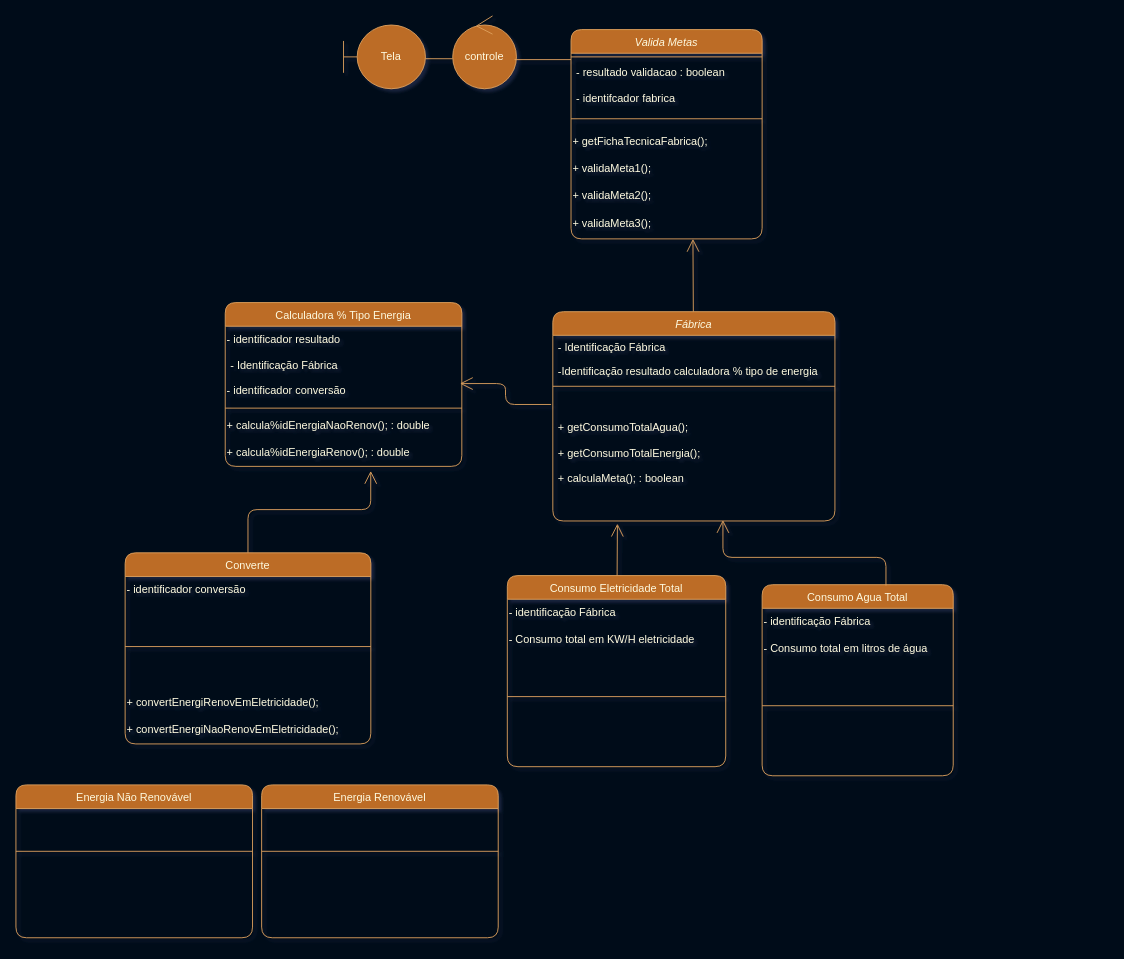
Before: Kraft_Heinz_Challenge/Kraft heinz/Diagrama de Classes SMCEA.drawio in ArthurBitt/Kraft_Heinz_Challenge, a draw.io diagram. Source tidied: cells renumbered, new cells numbered last; positions are measured from the earlier drawing's top-left corner, leaving out a move shared by most shapes. Both pictures are drawn from the tidied source at 91%, with x=0, y=0 at pixel (15, 15).
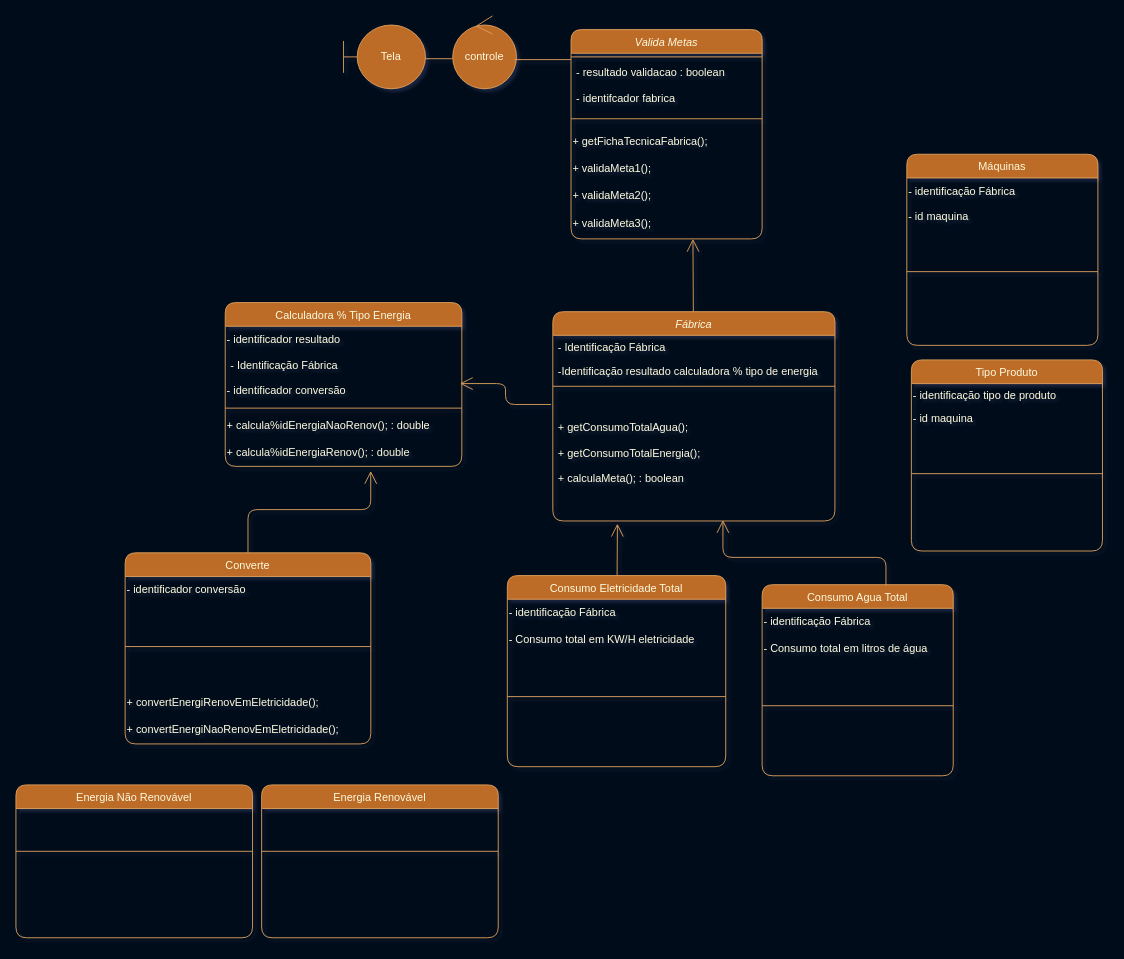
The same diagram, later.

Change to the diagram source:
```diff
@@
+    <mxCell id="48" value="Máquinas" style="swimlane;fontStyle=0;align=center;verticalAlign=top;horizontal=1;startSize=26;rounded=1;shadow=0;strokeWidth=1;labelBackgroundColor=none;fillColor=#BC6C25;strokeColor=#DDA15E;fontColor=#FEFAE0;" parent="1" vertex="1">
+      <mxGeometry x="979" y="152" width="210" height="210" as="geometry" />
+    </mxCell>
+    <mxCell id="49" value="- identificação Fábrica" style="text;html=1;align=left;verticalAlign=middle;strokeColor=none;fillColor=none;labelBackgroundColor=none;rounded=1;fontColor=#FEFAE0;" parent="48" vertex="1">
+      <mxGeometry y="26" width="210" height="30" as="geometry" />
+    </mxCell>
+    <mxCell id="50" value="- id maquina" style="text;html=1;align=left;verticalAlign=middle;strokeColor=none;fillColor=none;labelBackgroundColor=none;rounded=1;fontColor=#FEFAE0;" parent="48" vertex="1">
+      <mxGeometry y="56" width="210" height="26" as="geometry" />
+    </mxCell>
+    <mxCell id="51" style="line;html=1;strokeWidth=1;align=left;verticalAlign=middle;spacingTop=-1;spacingLeft=3;spacingRight=3;labelPosition=right;labelBackgroundColor=none;rounded=1;fillColor=#BC6C25;strokeColor=#DDA15E;fontColor=#FEFAE0;" parent="48" vertex="1">
+      <mxGeometry y="82" width="210" height="94" as="geometry" />
+    </mxCell>
+    <mxCell id="52" value="Tipo Produto&#10;" style="swimlane;fontStyle=0;align=center;verticalAlign=top;horizontal=1;startSize=26;rounded=1;shadow=0;strokeWidth=1;labelBackgroundColor=none;fillColor=#BC6C25;strokeColor=#DDA15E;fontColor=#FEFAE0;" parent="1" vertex="1">
+      <mxGeometry x="984" y="378" width="210" height="210" as="geometry" />
+    </mxCell>
+    <mxCell id="53" value="- identificação tipo de produto" style="text;html=1;align=left;verticalAlign=middle;strokeColor=none;fillColor=none;labelBackgroundColor=none;rounded=1;fontColor=#FEFAE0;" parent="52" vertex="1">
+      <mxGeometry y="26" width="210" height="26" as="geometry" />
+    </mxCell>
+    <mxCell id="54" value="- id maquina" style="text;html=1;align=left;verticalAlign=middle;strokeColor=none;fillColor=none;labelBackgroundColor=none;rounded=1;fontColor=#FEFAE0;" parent="52" vertex="1">
+      <mxGeometry y="52" width="210" height="26" as="geometry" />
+    </mxCell>
+    <mxCell id="55" style="line;html=1;strokeWidth=1;align=left;verticalAlign=middle;spacingTop=-1;spacingLeft=3;spacingRight=3;labelPosition=right;labelBackgroundColor=none;rounded=1;fillColor=#BC6C25;strokeColor=#DDA15E;fontColor=#FEFAE0;" parent="52" vertex="1">
+      <mxGeometry y="78" width="210" height="94" as="geometry" />
+    </mxCell>
```
